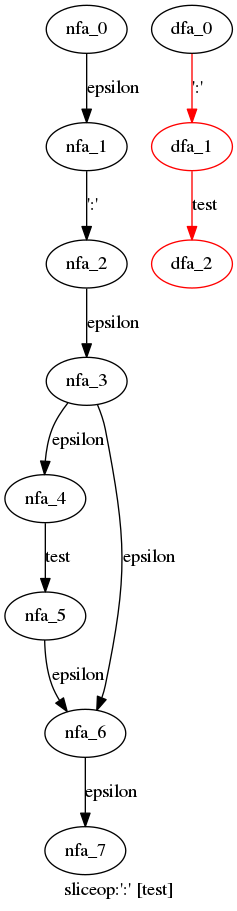
This is cpython/grammar/handwrite/nfa_dfas/74.sliceop.dot.png from WinChua/blog, a Graphviz export, as it was before one commit. Its source is kept beside it as cpython/grammar/handwrite/nfa_dfas/74.sliceop.dot.
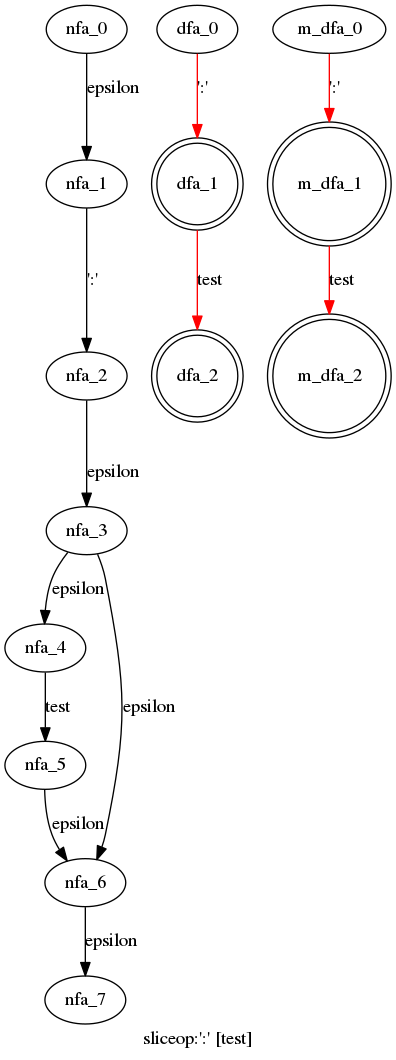
After the commit.

The edit, as a diff of the source:
```diff
@@ -13,7 +13,13 @@
  subgraph sliceop_dfa {
   dfa_0->dfa_1[label="':'",color=red]
   dfa_1->dfa_2[label="test",color=red]
-  dfa_1[color=red]
-  dfa_2[color=red]
+  dfa_1[shape=doublecircle]
+  dfa_2[shape=doublecircle]
+  }
+ subgraph sliceop_m_dfa {
+  m_dfa_0->m_dfa_1[label="':'",color=red]
+  m_dfa_1->m_dfa_2[label="test",color=red]
+  m_dfa_1[shape=doublecircle]
+  m_dfa_2[shape=doublecircle]
   }
 }
```
